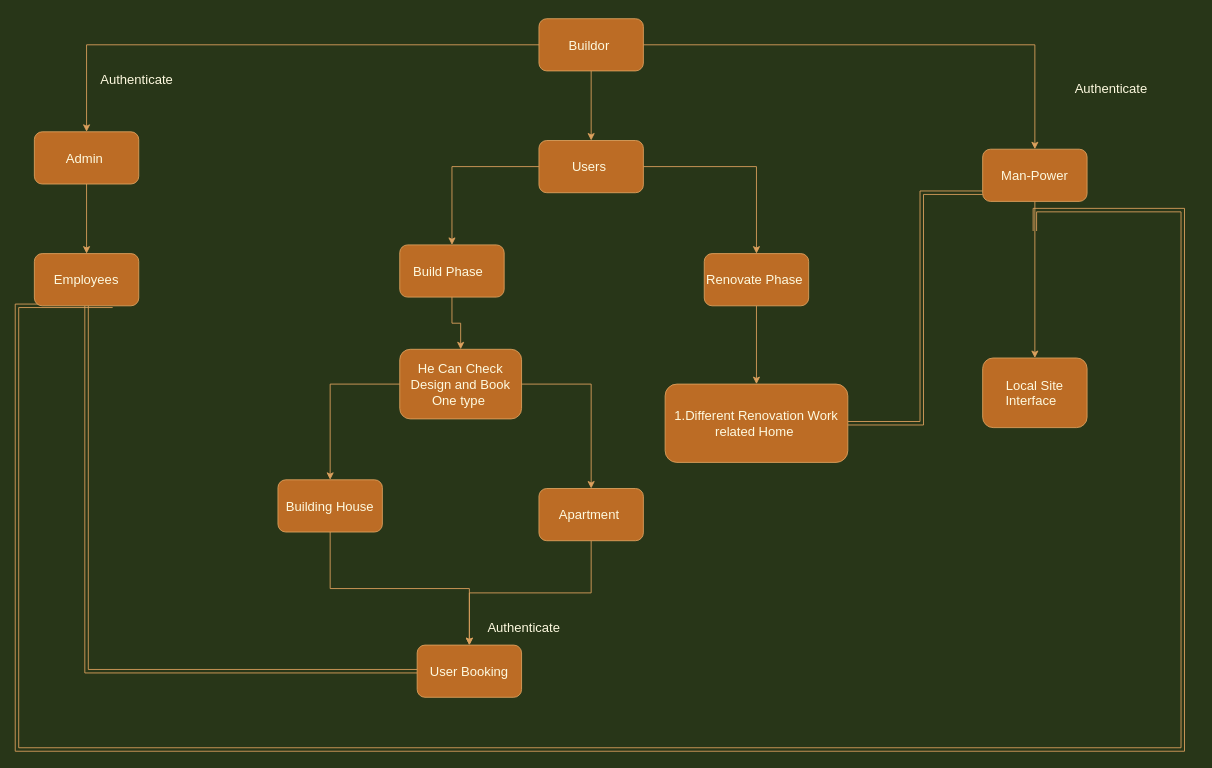
Above: page "Home" (1 of 5) of Buildor.drawio in Satishpokala124/Buildor (draw.io), before the change. Source tidied: cells renumbered, new cells numbered last; positions are measured from the earlier drawing's top-left corner, leaving out a move shared by most shapes. Both pictures are drawn from the tidied source at 87%, with x=0, y=0 at pixel (17, 18).
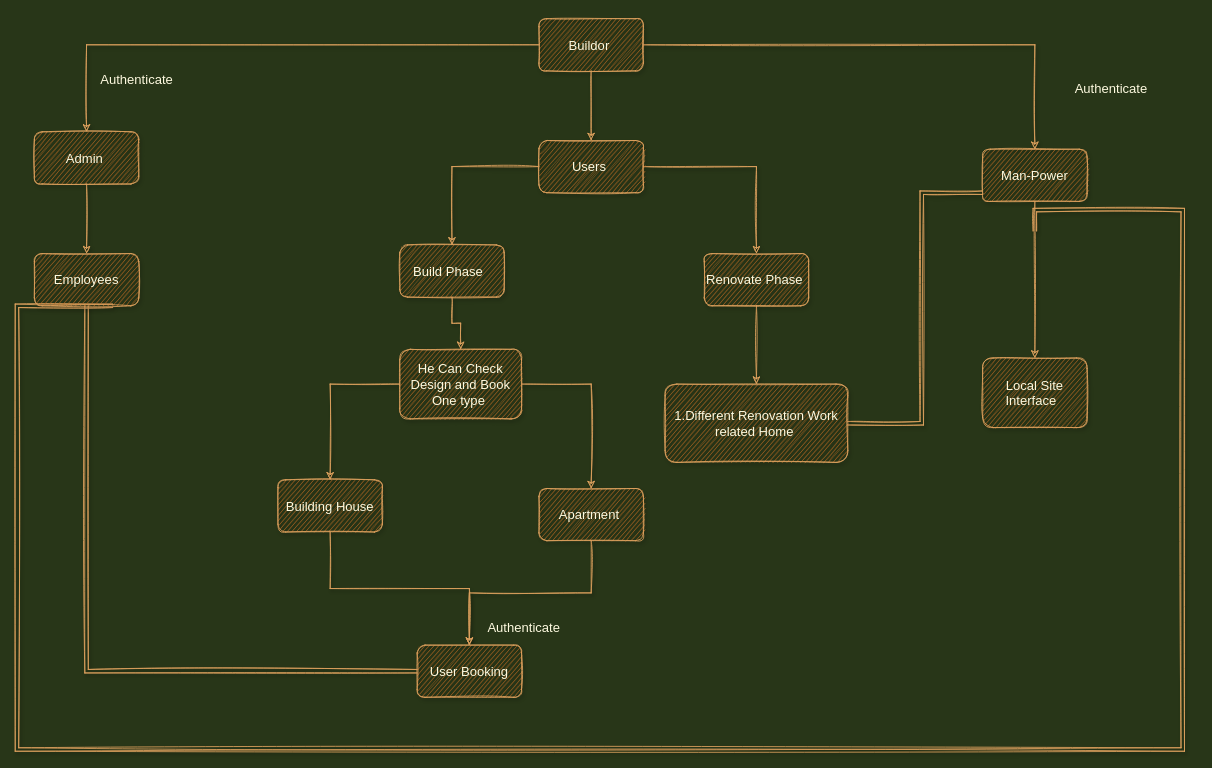
Above is the later version.

What changed in the source:
```diff
@@
-    <mxCell id="2" style="edgeStyle=orthogonalEdgeStyle;rounded=0;jettySize=auto;html=1;fontSize=15;labelBackgroundColor=#283618;strokeColor=#DDA15E;fontColor=#FEFAE0;" parent="1" edge="1" source="5" target="7">
+    <mxCell id="2" style="edgeStyle=orthogonalEdgeStyle;rounded=0;jettySize=auto;html=1;fontSize=15;labelBackgroundColor=#283618;strokeColor=#DDA15E;fontColor=#FEFAE0;sketch=1;shadow=1;" parent="1" edge="1" source="5" target="7">
       <mxGeometry relative="1" as="geometry" />
     </mxCell>
-    <mxCell id="3" style="edgeStyle=orthogonalEdgeStyle;rounded=0;jettySize=auto;html=1;fontSize=15;labelBackgroundColor=#283618;strokeColor=#DDA15E;fontColor=#FEFAE0;" parent="1" edge="1" source="5" target="9">
+    <mxCell id="3" style="edgeStyle=orthogonalEdgeStyle;rounded=0;jettySize=auto;html=1;fontSize=15;labelBackgroundColor=#283618;strokeColor=#DDA15E;fontColor=#FEFAE0;sketch=1;shadow=1;" parent="1" edge="1" source="5" target="9">
       <mxGeometry relative="1" as="geometry" />
     </mxCell>
-    <mxCell id="4" style="edgeStyle=orthogonalEdgeStyle;rounded=0;jettySize=auto;html=1;fontSize=15;labelBackgroundColor=#283618;strokeColor=#DDA15E;fontColor=#FEFAE0;" parent="1" edge="1" source="5" target="12">
+    <mxCell id="4" style="edgeStyle=orthogonalEdgeStyle;rounded=0;jettySize=auto;html=1;fontSize=15;labelBackgroundColor=#283618;strokeColor=#DDA15E;fontColor=#FEFAE0;sketch=1;shadow=1;" parent="1" edge="1" source="5" target="12">
       <mxGeometry relative="1" as="geometry" />
     </mxCell>
-    <mxCell id="5" value="Buildor&amp;nbsp;" style="rounded=1;whiteSpace=wrap;html=1;fontSize=15;fillColor=#BC6C25;strokeColor=#DDA15E;fontColor=#FEFAE0;" parent="1" vertex="1">
+    <mxCell id="5" value="Buildor&amp;nbsp;" style="rounded=1;whiteSpace=wrap;html=1;fontSize=15;fillColor=#BC6C25;strokeColor=#DDA15E;fontColor=#FEFAE0;sketch=1;shadow=1;" parent="1" vertex="1">
       <mxGeometry x="600" width="120" height="60" as="geometry" />
     </mxCell>
-    <mxCell id="6" style="edgeStyle=orthogonalEdgeStyle;rounded=0;jettySize=auto;html=1;fontSize=15;labelBackgroundColor=#283618;strokeColor=#DDA15E;fontColor=#FEFAE0;" parent="1" edge="1" source="7" target="33">
+    <mxCell id="6" style="edgeStyle=orthogonalEdgeStyle;rounded=0;jettySize=auto;html=1;fontSize=15;labelBackgroundColor=#283618;strokeColor=#DDA15E;fontColor=#FEFAE0;sketch=1;shadow=1;" parent="1" edge="1" source="7" target="33">
       <mxGeometry relative="1" as="geometry" />
     </mxCell>
-    <mxCell id="7" value="Admin&amp;nbsp;" style="rounded=1;whiteSpace=wrap;html=1;fontSize=15;fillColor=#BC6C25;strokeColor=#DDA15E;fontColor=#FEFAE0;" parent="1" vertex="1">
+    <mxCell id="7" value="Admin&amp;nbsp;" style="rounded=1;whiteSpace=wrap;html=1;fontSize=15;fillColor=#BC6C25;strokeColor=#DDA15E;fontColor=#FEFAE0;sketch=1;shadow=1;" parent="1" vertex="1">
       <mxGeometry x="20" y="130" width="120" height="60" as="geometry" />
     </mxCell>
-    <mxCell id="8" style="edgeStyle=orthogonalEdgeStyle;rounded=0;jettySize=auto;html=1;fontSize=15;labelBackgroundColor=#283618;strokeColor=#DDA15E;fontColor=#FEFAE0;" parent="1" edge="1" source="9" target="28">
+    <mxCell id="8" style="edgeStyle=orthogonalEdgeStyle;rounded=0;jettySize=auto;html=1;fontSize=15;labelBackgroundColor=#283618;strokeColor=#DDA15E;fontColor=#FEFAE0;sketch=1;shadow=1;" parent="1" edge="1" source="9" target="28">
       <mxGeometry relative="1" as="geometry" />
     </mxCell>
-    <mxCell id="9" value="Man-Power" style="whiteSpace=wrap;html=1;fontSize=15;rounded=1;fillColor=#BC6C25;strokeColor=#DDA15E;fontColor=#FEFAE0;" parent="1" vertex="1">
+    <mxCell id="9" value="Man-Power" style="whiteSpace=wrap;html=1;fontSize=15;rounded=1;fillColor=#BC6C25;strokeColor=#DDA15E;fontColor=#FEFAE0;sketch=1;shadow=1;" parent="1" vertex="1">
       <mxGeometry x="1110" y="150" width="120" height="60" as="geometry" />
     </mxCell>
-    <mxCell id="10" style="edgeStyle=orthogonalEdgeStyle;rounded=0;jettySize=auto;html=1;fontSize=15;labelBackgroundColor=#283618;strokeColor=#DDA15E;fontColor=#FEFAE0;" parent="1" edge="1" source="12" target="14">
+    <mxCell id="10" style="edgeStyle=orthogonalEdgeStyle;rounded=0;jettySize=auto;html=1;fontSize=15;labelBackgroundColor=#283618;strokeColor=#DDA15E;fontColor=#FEFAE0;sketch=1;shadow=1;" parent="1" edge="1" source="12" target="14">
       <mxGeometry relative="1" as="geometry" />
     </mxCell>
-    <mxCell id="11" style="edgeStyle=orthogonalEdgeStyle;rounded=0;jettySize=auto;html=1;fontSize=15;labelBackgroundColor=#283618;strokeColor=#DDA15E;fontColor=#FEFAE0;" parent="1" edge="1" source="12" target="16">
+    <mxCell id="11" style="edgeStyle=orthogonalEdgeStyle;rounded=0;jettySize=auto;html=1;fontSize=15;labelBackgroundColor=#283618;strokeColor=#DDA15E;fontColor=#FEFAE0;sketch=1;shadow=1;" parent="1" edge="1" source="12" target="16">
       <mxGeometry relative="1" as="geometry" />
     </mxCell>
-    <mxCell id="12" value="Users&amp;nbsp;" style="rounded=1;whiteSpace=wrap;html=1;fontSize=15;fillColor=#BC6C25;strokeColor=#DDA15E;fontColor=#FEFAE0;" parent="1" vertex="1">
+    <mxCell id="12" value="Users&amp;nbsp;" style="rounded=1;whiteSpace=wrap;html=1;fontSize=15;fillColor=#BC6C25;strokeColor=#DDA15E;fontColor=#FEFAE0;sketch=1;shadow=1;" parent="1" vertex="1">
       <mxGeometry x="600" y="140" width="120" height="60" as="geometry" />
     </mxCell>
-    <mxCell id="13" style="edgeStyle=orthogonalEdgeStyle;rounded=0;jettySize=auto;html=1;fontSize=15;labelBackgroundColor=#283618;strokeColor=#DDA15E;fontColor=#FEFAE0;" parent="1" edge="1" source="14" target="19">
+    <mxCell id="13" style="edgeStyle=orthogonalEdgeStyle;rounded=0;jettySize=auto;html=1;fontSize=15;labelBackgroundColor=#283618;strokeColor=#DDA15E;fontColor=#FEFAE0;sketch=1;shadow=1;" parent="1" edge="1" source="14" target="19">
       <mxGeometry relative="1" as="geometry" />
     </mxCell>
-    <mxCell id="14" value="Build Phase&amp;nbsp;&amp;nbsp;" style="rounded=1;whiteSpace=wrap;html=1;fontSize=15;fillColor=#BC6C25;strokeColor=#DDA15E;fontColor=#FEFAE0;" parent="1" vertex="1">
+    <mxCell id="14" value="Build Phase&amp;nbsp;&amp;nbsp;" style="rounded=1;whiteSpace=wrap;html=1;fontSize=15;fillColor=#BC6C25;strokeColor=#DDA15E;fontColor=#FEFAE0;sketch=1;shadow=1;" parent="1" vertex="1">
       <mxGeometry x="440" y="260" width="120" height="60" as="geometry" />
     </mxCell>
-    <mxCell id="15" style="edgeStyle=orthogonalEdgeStyle;rounded=0;jettySize=auto;html=1;fontSize=15;labelBackgroundColor=#283618;strokeColor=#DDA15E;fontColor=#FEFAE0;" parent="1" edge="1" source="16" target="25">
+    <mxCell id="15" style="edgeStyle=orthogonalEdgeStyle;rounded=0;jettySize=auto;html=1;fontSize=15;labelBackgroundColor=#283618;strokeColor=#DDA15E;fontColor=#FEFAE0;sketch=1;shadow=1;" parent="1" edge="1" source="16" target="25">
       <mxGeometry relative="1" as="geometry" />
     </mxCell>
-    <mxCell id="16" value="Renovate Phase&amp;nbsp;" style="whiteSpace=wrap;html=1;fontSize=15;rounded=1;fillColor=#BC6C25;strokeColor=#DDA15E;fontColor=#FEFAE0;" parent="1" vertex="1">
+    <mxCell id="16" value="Renovate Phase&amp;nbsp;" style="whiteSpace=wrap;html=1;fontSize=15;rounded=1;fillColor=#BC6C25;strokeColor=#DDA15E;fontColor=#FEFAE0;sketch=1;shadow=1;" parent="1" vertex="1">
       <mxGeometry x="790" y="270" width="120" height="60" as="geometry" />
     </mxCell>
-    <mxCell id="17" style="edgeStyle=orthogonalEdgeStyle;rounded=0;jettySize=auto;html=1;fontSize=15;labelBackgroundColor=#283618;strokeColor=#DDA15E;fontColor=#FEFAE0;" parent="1" edge="1" source="19" target="21">
+    <mxCell id="17" style="edgeStyle=orthogonalEdgeStyle;rounded=0;jettySize=auto;html=1;fontSize=15;labelBackgroundColor=#283618;strokeColor=#DDA15E;fontColor=#FEFAE0;sketch=1;shadow=1;" parent="1" edge="1" source="19" target="21">
       <mxGeometry relative="1" as="geometry" />
     </mxCell>
-    <mxCell id="18" style="edgeStyle=orthogonalEdgeStyle;rounded=0;jettySize=auto;html=1;fontSize=15;labelBackgroundColor=#283618;strokeColor=#DDA15E;fontColor=#FEFAE0;" parent="1" edge="1" source="19" target="23">
+    <mxCell id="18" style="edgeStyle=orthogonalEdgeStyle;rounded=0;jettySize=auto;html=1;fontSize=15;labelBackgroundColor=#283618;strokeColor=#DDA15E;fontColor=#FEFAE0;sketch=1;shadow=1;" parent="1" edge="1" source="19" target="23">
       <mxGeometry relative="1" as="geometry" />
     </mxCell>
-    <mxCell id="19" value="He Can Check Design and Book One type&amp;nbsp;" style="whiteSpace=wrap;html=1;fontSize=15;rounded=1;fillColor=#BC6C25;strokeColor=#DDA15E;fontColor=#FEFAE0;" parent="1" vertex="1">
+    <mxCell id="19" value="He Can Check Design and Book One type&amp;nbsp;" style="whiteSpace=wrap;html=1;fontSize=15;rounded=1;fillColor=#BC6C25;strokeColor=#DDA15E;fontColor=#FEFAE0;sketch=1;shadow=1;" parent="1" vertex="1">
       <mxGeometry x="440" y="380" width="140" height="80" as="geometry" />
     </mxCell>
-    <mxCell id="20" style="edgeStyle=orthogonalEdgeStyle;rounded=0;jettySize=auto;html=1;entryX=0.5;entryY=0;entryDx=0;entryDy=0;fontSize=15;labelBackgroundColor=#283618;strokeColor=#DDA15E;fontColor=#FEFAE0;" parent="1" edge="1" source="21" target="27">
+    <mxCell id="20" style="edgeStyle=orthogonalEdgeStyle;rounded=0;jettySize=auto;html=1;entryX=0.5;entryY=0;entryDx=0;entryDy=0;fontSize=15;labelBackgroundColor=#283618;strokeColor=#DDA15E;fontColor=#FEFAE0;sketch=1;shadow=1;" parent="1" edge="1" source="21" target="27">
       <mxGeometry relative="1" as="geometry">
         <Array as="points">
           <mxPoint x="660" y="660" />
           <mxPoint x="520" y="660" />
         </Array>
       </mxGeometry>
     </mxCell>
-    <mxCell id="21" value="Apartment&amp;nbsp;" style="whiteSpace=wrap;html=1;fontSize=15;rounded=1;fillColor=#BC6C25;strokeColor=#DDA15E;fontColor=#FEFAE0;" parent="1" vertex="1">
+    <mxCell id="21" value="Apartment&amp;nbsp;" style="whiteSpace=wrap;html=1;fontSize=15;rounded=1;fillColor=#BC6C25;strokeColor=#DDA15E;fontColor=#FEFAE0;sketch=1;shadow=1;" parent="1" vertex="1">
       <mxGeometry x="600" y="540" width="120" height="60" as="geometry" />
     </mxCell>
-    <mxCell id="22" style="edgeStyle=orthogonalEdgeStyle;rounded=0;jettySize=auto;html=1;exitX=0.5;exitY=1;exitDx=0;exitDy=0;fontSize=15;labelBackgroundColor=#283618;strokeColor=#DDA15E;fontColor=#FEFAE0;" parent="1" edge="1" source="23" target="27">
+    <mxCell id="22" style="edgeStyle=orthogonalEdgeStyle;rounded=0;jettySize=auto;html=1;exitX=0.5;exitY=1;exitDx=0;exitDy=0;fontSize=15;labelBackgroundColor=#283618;strokeColor=#DDA15E;fontColor=#FEFAE0;sketch=1;shadow=1;" parent="1" edge="1" source="23" target="27">
       <mxGeometry relative="1" as="geometry" />
     </mxCell>
-    <mxCell id="23" value="Building House" style="whiteSpace=wrap;html=1;fontSize=15;rounded=1;fillColor=#BC6C25;strokeColor=#DDA15E;fontColor=#FEFAE0;" parent="1" vertex="1">
+    <mxCell id="23" value="Building House" style="whiteSpace=wrap;html=1;fontSize=15;rounded=1;fillColor=#BC6C25;strokeColor=#DDA15E;fontColor=#FEFAE0;sketch=1;shadow=1;" parent="1" vertex="1">
       <mxGeometry x="300" y="530" width="120" height="60" as="geometry" />
     </mxCell>
-    <mxCell id="24" style="edgeStyle=orthogonalEdgeStyle;rounded=0;jettySize=auto;html=1;exitX=1;exitY=0.5;exitDx=0;exitDy=0;fontSize=15;shape=link;labelBackgroundColor=#283618;strokeColor=#DDA15E;fontColor=#FEFAE0;" parent="1" edge="1" source="25" target="9">
+    <mxCell id="24" style="edgeStyle=orthogonalEdgeStyle;rounded=0;jettySize=auto;html=1;exitX=1;exitY=0.5;exitDx=0;exitDy=0;fontSize=15;shape=link;labelBackgroundColor=#283618;strokeColor=#DDA15E;fontColor=#FEFAE0;sketch=1;shadow=1;" parent="1" edge="1" source="25" target="9">
       <mxGeometry relative="1" as="geometry">
         <Array as="points">
           <mxPoint x="1040" y="465" />
           <mxPoint x="1040" y="200" />
         </Array>
       </mxGeometry>
     </mxCell>
-    <mxCell id="25" value="1.Different Renovation Work related Home&amp;nbsp;" style="whiteSpace=wrap;html=1;fontSize=15;rounded=1;fillColor=#BC6C25;strokeColor=#DDA15E;fontColor=#FEFAE0;" parent="1" vertex="1">
+    <mxCell id="25" value="1.Different Renovation Work related Home&amp;nbsp;" style="whiteSpace=wrap;html=1;fontSize=15;rounded=1;fillColor=#BC6C25;strokeColor=#DDA15E;fontColor=#FEFAE0;sketch=1;shadow=1;" parent="1" vertex="1">
       <mxGeometry x="745" y="420" width="210" height="90" as="geometry" />
     </mxCell>
-    <mxCell id="26" style="edgeStyle=orthogonalEdgeStyle;rounded=0;jettySize=auto;html=1;exitX=0;exitY=0.5;exitDx=0;exitDy=0;fontSize=15;shape=link;labelBackgroundColor=#283618;strokeColor=#DDA15E;fontColor=#FEFAE0;" parent="1" edge="1" source="27" target="33">
+    <mxCell id="26" style="edgeStyle=orthogonalEdgeStyle;rounded=0;jettySize=auto;html=1;exitX=0;exitY=0.5;exitDx=0;exitDy=0;fontSize=15;shape=link;labelBackgroundColor=#283618;strokeColor=#DDA15E;fontColor=#FEFAE0;sketch=1;shadow=1;" parent="1" edge="1" source="27" target="33">
       <mxGeometry relative="1" as="geometry" />
     </mxCell>
-    <mxCell id="27" value="User Booking" style="whiteSpace=wrap;html=1;fontSize=15;rounded=1;fillColor=#BC6C25;strokeColor=#DDA15E;fontColor=#FEFAE0;" parent="1" vertex="1">
+    <mxCell id="27" value="User Booking" style="whiteSpace=wrap;html=1;fontSize=15;rounded=1;fillColor=#BC6C25;strokeColor=#DDA15E;fontColor=#FEFAE0;sketch=1;shadow=1;" parent="1" vertex="1">
       <mxGeometry x="460" y="720" width="120" height="60" as="geometry" />
     </mxCell>
-    <mxCell id="28" value="Local Site Interface&amp;nbsp;&amp;nbsp;" style="whiteSpace=wrap;html=1;fontSize=15;rounded=1;fillColor=#BC6C25;strokeColor=#DDA15E;fontColor=#FEFAE0;" parent="1" vertex="1">
+    <mxCell id="28" value="Local Site Interface&amp;nbsp;&amp;nbsp;" style="whiteSpace=wrap;html=1;fontSize=15;rounded=1;fillColor=#BC6C25;strokeColor=#DDA15E;fontColor=#FEFAE0;sketch=1;shadow=1;" parent="1" vertex="1">
       <mxGeometry x="1110" y="390" width="120" height="80" as="geometry" />
     </mxCell>
-    <mxCell id="29" value="Authenticate&amp;nbsp;" style="text;html=1;strokeColor=none;fillColor=none;align=center;verticalAlign=middle;whiteSpace=wrap;rounded=0;fontSize=15;fontColor=#FEFAE0;" parent="1" vertex="1">
+    <mxCell id="29" value="Authenticate&amp;nbsp;" style="text;html=1;strokeColor=none;fillColor=none;align=center;verticalAlign=middle;whiteSpace=wrap;rounded=0;fontSize=15;fontColor=#FEFAE0;sketch=1;shadow=1;" parent="1" vertex="1">
       <mxGeometry x="530" y="680" width="110" height="40" as="geometry" />
     </mxCell>
-    <mxCell id="30" value="Authenticate&amp;nbsp;" style="text;html=1;strokeColor=none;fillColor=none;align=center;verticalAlign=middle;whiteSpace=wrap;rounded=0;fontSize=15;fontColor=#FEFAE0;" parent="1" vertex="1">
+    <mxCell id="30" value="Authenticate&amp;nbsp;" style="text;html=1;strokeColor=none;fillColor=none;align=center;verticalAlign=middle;whiteSpace=wrap;rounded=0;fontSize=15;fontColor=#FEFAE0;sketch=1;shadow=1;" parent="1" vertex="1">
       <mxGeometry x="1170" y="60" width="180" height="40" as="geometry" />
     </mxCell>
-    <mxCell id="31" value="Authenticate&amp;nbsp;" style="text;html=1;strokeColor=none;fillColor=none;align=center;verticalAlign=middle;whiteSpace=wrap;rounded=0;fontSize=15;fontColor=#FEFAE0;" parent="1" vertex="1">
+    <mxCell id="31" value="Authenticate&amp;nbsp;" style="text;html=1;strokeColor=none;fillColor=none;align=center;verticalAlign=middle;whiteSpace=wrap;rounded=0;fontSize=15;fontColor=#FEFAE0;sketch=1;shadow=1;" parent="1" vertex="1">
       <mxGeometry x="50" y="50" width="180" height="40" as="geometry" />
     </mxCell>
-    <mxCell id="32" style="edgeStyle=orthogonalEdgeStyle;shape=link;rounded=0;jettySize=auto;html=1;exitX=0.75;exitY=1;exitDx=0;exitDy=0;fontSize=15;labelBackgroundColor=#283618;strokeColor=#DDA15E;fontColor=#FEFAE0;" parent="1" edge="1" source="33">
+    <mxCell id="32" style="edgeStyle=orthogonalEdgeStyle;shape=link;rounded=0;jettySize=auto;html=1;exitX=0.75;exitY=1;exitDx=0;exitDy=0;fontSize=15;labelBackgroundColor=#283618;strokeColor=#DDA15E;fontColor=#FEFAE0;sketch=1;shadow=1;" parent="1" edge="1" source="33">
       <mxGeometry relative="1" as="geometry">
         <mxPoint x="1170" y="244" as="targetPoint" />
         <Array as="points">
           <mxPoint y="330" />
           <mxPoint y="840" />
           <mxPoint x="1340" y="840" />
           <mxPoint x="1340" y="220" />
           <mxPoint x="1170" y="220" />
         </Array>
       </mxGeometry>
     </mxCell>
-    <mxCell id="33" value="Employees" style="rounded=1;whiteSpace=wrap;html=1;fontSize=15;fillColor=#BC6C25;strokeColor=#DDA15E;fontColor=#FEFAE0;" parent="1" vertex="1">
+    <mxCell id="33" value="Employees" style="rounded=1;whiteSpace=wrap;html=1;fontSize=15;fillColor=#BC6C25;strokeColor=#DDA15E;fontColor=#FEFAE0;sketch=1;shadow=1;" parent="1" vertex="1">
       <mxGeometry x="20" y="270" width="120" height="60" as="geometry" />
     </mxCell>
```
